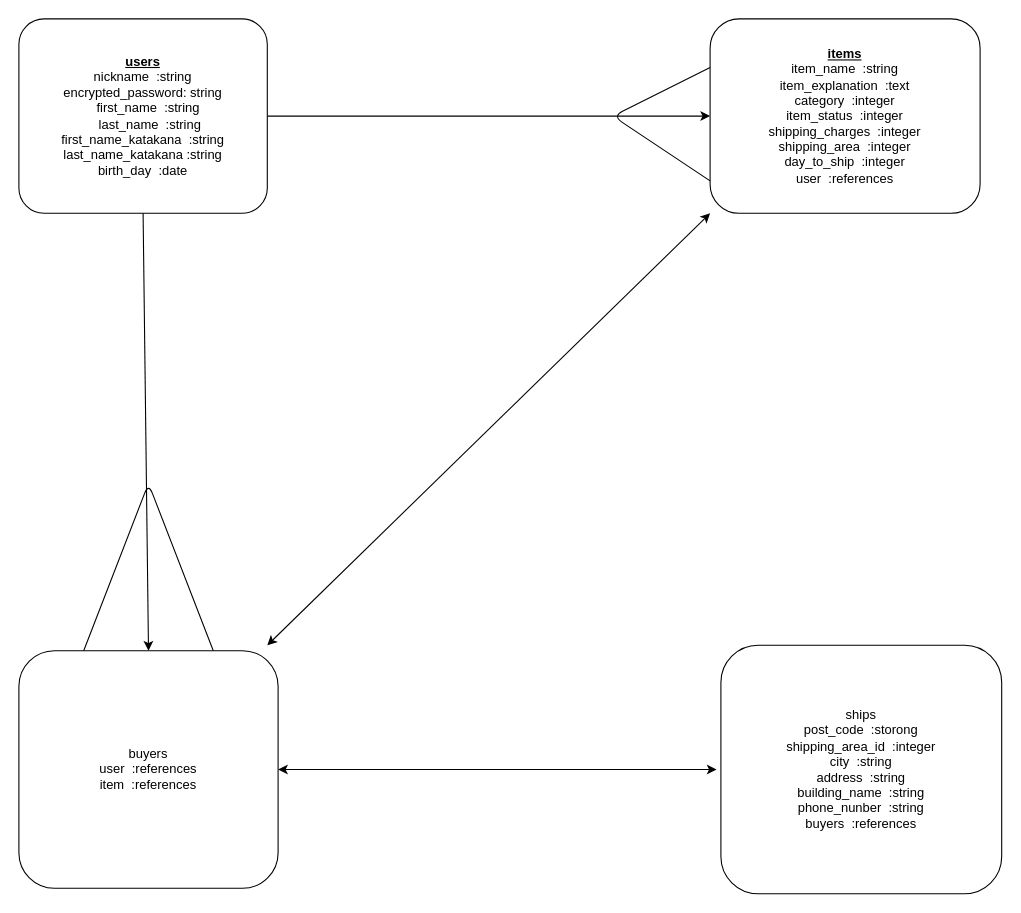
This is furima.dio from takachin88/furima-36129, a draw.io file, before an edit. Source tidied: cells renumbered, new cells numbered last; positions are measured from the earlier drawing's top-left corner, leaving out a move shared by most shapes. Both pictures are drawn from the tidied source at 108%, with x=0, y=0 at pixel (18, 18).
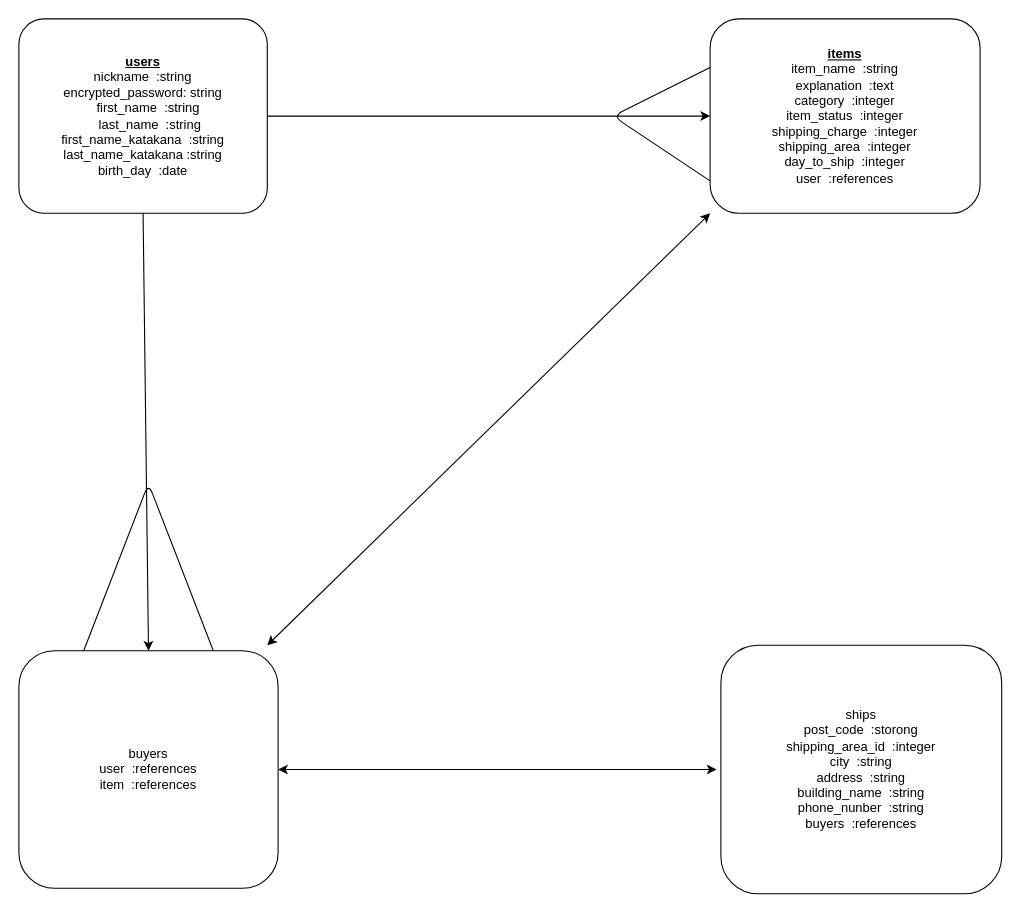
Above is the later version.

Diff of the diagram source:
```diff
@@
 <mxGraphModel>
   <root>
     <mxCell id="0" />
     <mxCell id="1" parent="0" />
     <mxCell id="2" style="edgeStyle=orthogonalEdgeStyle;rounded=1;jettySize=auto;html=1;entryX=0;entryY=0.5;entryDx=0;entryDy=0;" parent="1" edge="1" source="3" target="4">
       <mxGeometry relative="1" as="geometry" />
     </mxCell>
     <mxCell id="3" value="&lt;u&gt;&lt;b&gt;users&lt;/b&gt;&lt;/u&gt;&lt;br&gt;nickname&amp;nbsp; :string&lt;br&gt;encrypted_password: string&lt;br&gt;&amp;nbsp; &amp;nbsp; first_name&amp;nbsp; :string&amp;nbsp;&lt;br&gt;&amp;nbsp; &amp;nbsp; last_name&amp;nbsp; :string&lt;br&gt;first_name_katakana&amp;nbsp; :string&lt;br&gt;last_name_katakana :string&lt;br&gt;birth_day&amp;nbsp; :date&lt;br&gt;" style="whiteSpace=wrap;html=1;rounded=1;arcSize=13;" parent="1" vertex="1">
       <mxGeometry width="230" height="180" as="geometry" />
     </mxCell>
-    <mxCell id="4" value="&lt;b&gt;&lt;u&gt;items&lt;/u&gt;&lt;/b&gt;&lt;br&gt;item_name&amp;nbsp; :string&lt;br&gt;item_explanation&amp;nbsp; :text&lt;br&gt;category&amp;nbsp; :integer&lt;br&gt;item_status&amp;nbsp; :integer&lt;br&gt;shipping_charges&amp;nbsp; :integer&lt;br&gt;shipping_area&amp;nbsp; :integer&lt;br&gt;day_to_ship&amp;nbsp; :integer&lt;br&gt;user&amp;nbsp; :references" style="whiteSpace=wrap;html=1;rounded=1;" parent="1" vertex="1">
+    <mxCell id="4" value="&lt;b&gt;&lt;u&gt;items&lt;/u&gt;&lt;/b&gt;&lt;br&gt;item_name&amp;nbsp; :string&lt;br&gt;explanation&amp;nbsp; :text&lt;br&gt;category&amp;nbsp; :integer&lt;br&gt;item_status&amp;nbsp; :integer&lt;br&gt;shipping_charge&amp;nbsp; :integer&lt;br&gt;shipping_area&amp;nbsp; :integer&lt;br&gt;day_to_ship&amp;nbsp; :integer&lt;br&gt;user&amp;nbsp; :references" style="whiteSpace=wrap;html=1;rounded=1;" parent="1" vertex="1">
       <mxGeometry x="640" width="250" height="180" as="geometry" />
     </mxCell>
     <mxCell id="5" value="buyers&lt;br&gt;user&amp;nbsp; :references&lt;br&gt;item&amp;nbsp; :references" style="whiteSpace=wrap;html=1;rounded=1;" parent="1" vertex="1">
       <mxGeometry y="585" width="240" height="220" as="geometry" />
     </mxCell>
     <mxCell id="6" value="ships&lt;br&gt;post_code&amp;nbsp; :storong&lt;br&gt;shipping_area_id&amp;nbsp; :integer&lt;br&gt;city&amp;nbsp; :string&lt;br&gt;address&amp;nbsp; :string&lt;br&gt;building_name&amp;nbsp; :string&lt;br&gt;phone_nunber&amp;nbsp; :string&lt;br&gt;buyers&amp;nbsp; :references" style="whiteSpace=wrap;html=1;rounded=1;" parent="1" vertex="1">
       <mxGeometry x="650" y="580" width="260" height="230" as="geometry" />
     </mxCell>
     <mxCell id="7" style="endArrow=none;html=1;entryX=0;entryY=0.25;entryDx=0;entryDy=0;" parent="1" edge="1" target="4">
       <mxGeometry relative="1" as="geometry">
         <mxPoint x="640" y="150" as="sourcePoint" />
         <Array as="points">
           <mxPoint x="550" y="90" />
         </Array>
       </mxGeometry>
     </mxCell>
     <mxCell id="8" style="endArrow=classic;html=1;entryX=0.5;entryY=0;entryDx=0;entryDy=0;exitX=0.5;exitY=1;exitDx=0;exitDy=0;" parent="1" edge="1" source="3" target="5">
       <mxGeometry relative="1" as="geometry" />
     </mxCell>
     <mxCell id="9" style="endArrow=none;html=1;exitX=0.25;exitY=0;exitDx=0;exitDy=0;entryX=0.75;entryY=0;entryDx=0;entryDy=0;" parent="1" edge="1" source="5" target="5">
       <mxGeometry relative="1" as="geometry">
         <Array as="points">
           <mxPoint x="120" y="430" />
         </Array>
       </mxGeometry>
     </mxCell>
     <mxCell id="10" style="endArrow=classic;startArrow=classic;html=1;exitX=1;exitY=0.5;exitDx=0;exitDy=0;" parent="1" edge="1" source="5">
       <mxGeometry relative="1" as="geometry">
         <mxPoint x="646" y="695" as="targetPoint" />
       </mxGeometry>
     </mxCell>
     <mxCell id="11" style="endArrow=classic;startArrow=classic;html=1;entryX=0;entryY=1;entryDx=0;entryDy=0;" parent="1" edge="1" target="4">
       <mxGeometry relative="1" as="geometry">
         <mxPoint x="230" y="580" as="sourcePoint" />
       </mxGeometry>
     </mxCell>
   </root>
 </mxGraphModel>
```
